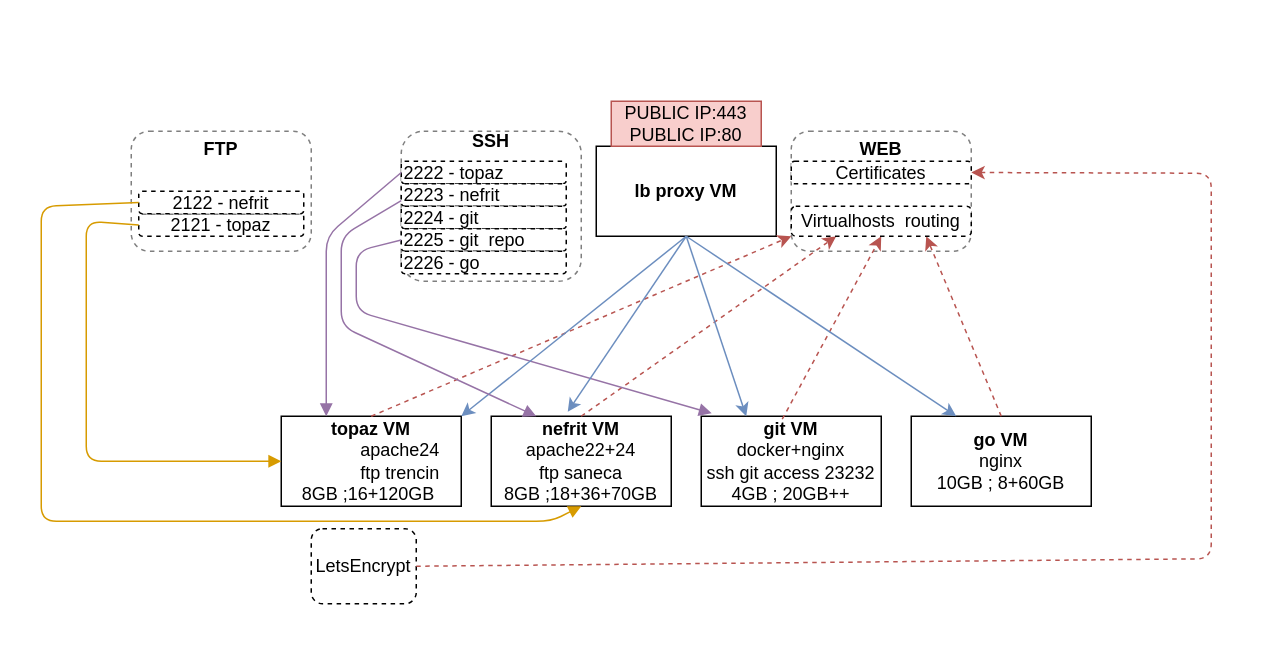
maniac0r/audio keeps this draw.io diagram as lb-draft.drawio. Above is the earlier version. Source tidied: cells renumbered, new cells numbered last; positions are measured from the earlier drawing's top-left corner, leaving out a move shared by most shapes. Both pictures are drawn from the tidied source at 150%, with x=0, y=0 at pixel (40, 100).
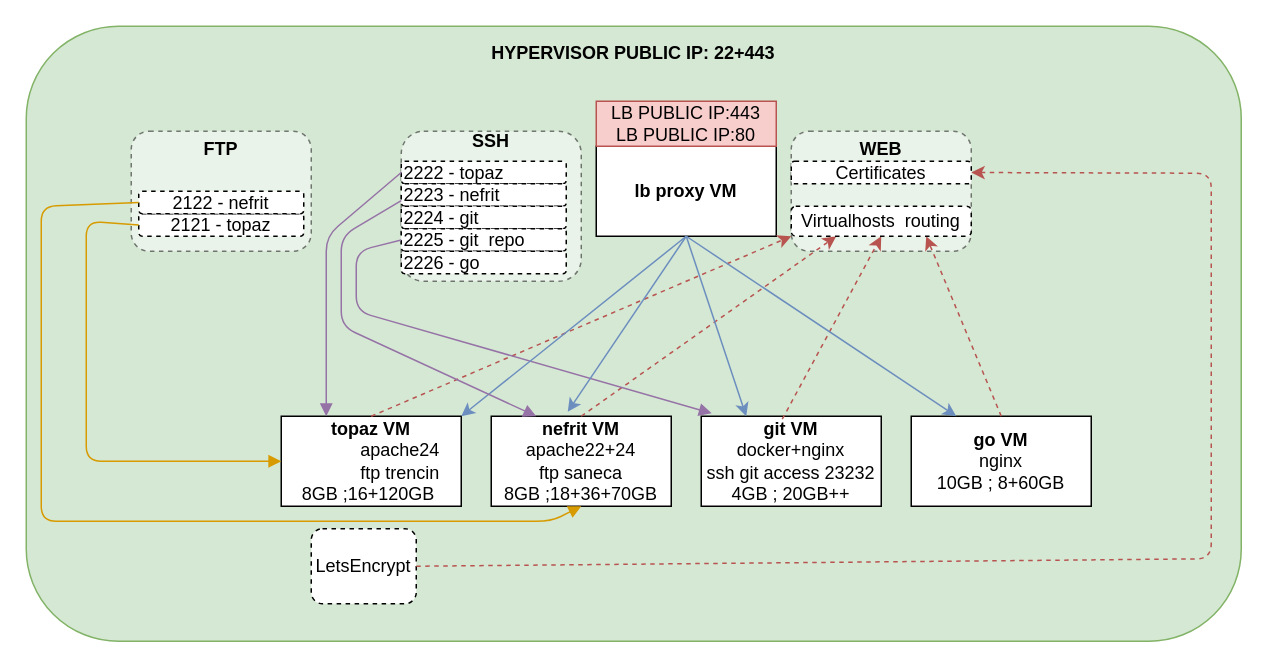
The same page after the edit.

The edit, as a diff of the source:
```diff
@@
+    <mxCell id="35" value="&lt;b&gt;HYPERVISOR PUBLIC IP: 22+443&lt;br&gt;&lt;br&gt;&lt;br&gt;&lt;br&gt;&lt;br&gt;&lt;br&gt;&lt;br&gt;&lt;br&gt;&lt;br&gt;&lt;br&gt;&lt;br&gt;&lt;br&gt;&lt;br&gt;&lt;br&gt;&lt;br&gt;&lt;br&gt;&lt;br&gt;&lt;br&gt;&lt;br&gt;&lt;br&gt;&lt;br&gt;&lt;br&gt;&lt;br&gt;&lt;br&gt;&lt;br&gt;&lt;br&gt;&lt;br&gt;&lt;/b&gt;" style="rounded=1;whiteSpace=wrap;html=1;fillColor=#d5e8d4;strokeColor=#82b366;" parent="1" vertex="1">
+      <mxGeometry x="-10" y="-50" width="810" height="410" as="geometry" />
+    </mxCell>
@@
-    <mxCell id="8" value="PUBLIC IP:443&lt;br&gt;PUBLIC IP:80" style="text;html=1;strokeColor=#b85450;fillColor=#f8cecc;align=center;verticalAlign=middle;whiteSpace=wrap;rounded=0;" parent="1" vertex="1">
-      <mxGeometry x="380" width="100" height="30" as="geometry" />
+    <mxCell id="8" value="LB PUBLIC IP:443&lt;br&gt;LB PUBLIC IP:80" style="text;html=1;strokeColor=#b85450;fillColor=#f8cecc;align=center;verticalAlign=middle;whiteSpace=wrap;rounded=0;" parent="1" vertex="1">
+      <mxGeometry x="370" width="120" height="30" as="geometry" />
     </mxCell>
```
